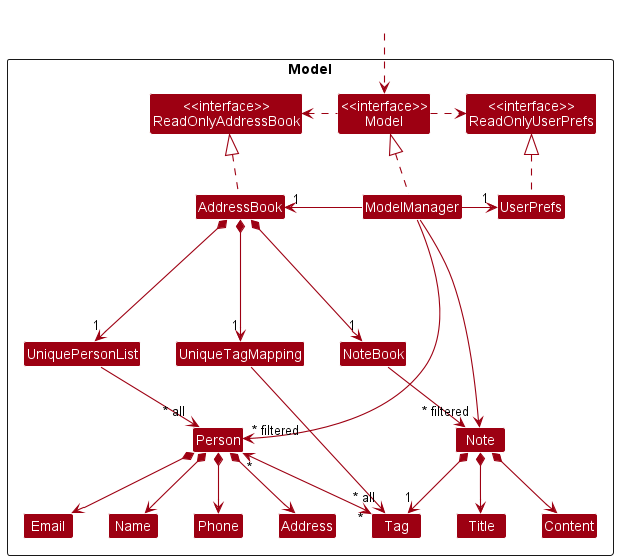
This is docs/images/ModelClassDiagram.png from nus-cs2103-AY2223S1/tp, a PlantUML export, as it was before one commit.
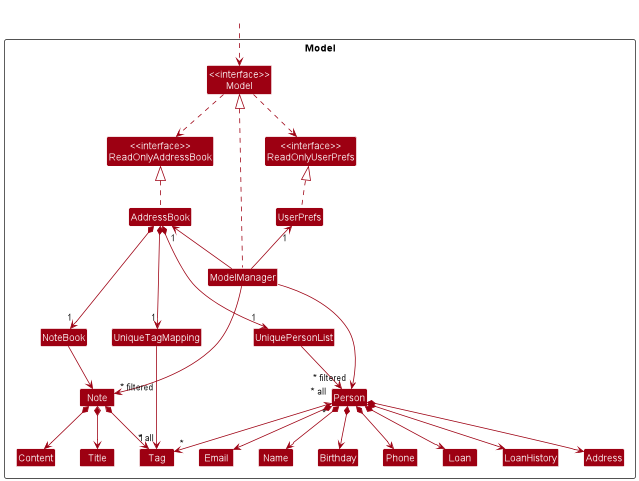
The same file after the commit.

Change to the diagram source:
```diff
@@ -16,6 +16,9 @@
 Class UniqueTagMapping
 Class Person
 Class Address
+Class Birthday
+Class Loan
+Class LoanHistory
 Class Email
 Class Name
 Class Phone
@@ -33,10 +36,10 @@
 AddressBook .up.|> ReadOnlyAddressBook
 
 ModelManager .up.|> Model
-Model .right.> ReadOnlyUserPrefs
-Model .left.> ReadOnlyAddressBook
+Model ..> ReadOnlyUserPrefs
+Model ..> ReadOnlyAddressBook
 ModelManager -left-> "1" AddressBook
-ModelManager -right-> "1" UserPrefs
+ModelManager -up-> "1" UserPrefs
 UserPrefs .up.|> ReadOnlyUserPrefs
 
 AddressBook *---> "1" UniquePersonList
@@ -52,6 +55,9 @@
 Person *--> Phone
 Person *--> Email
 Person *--> Address
+Person *--> Birthday
+Person *--> Loan
+Person *--> LoanHistory
 Person "*" <--> "*" Tag
 
 Name -[hidden]right-> Phone
```
